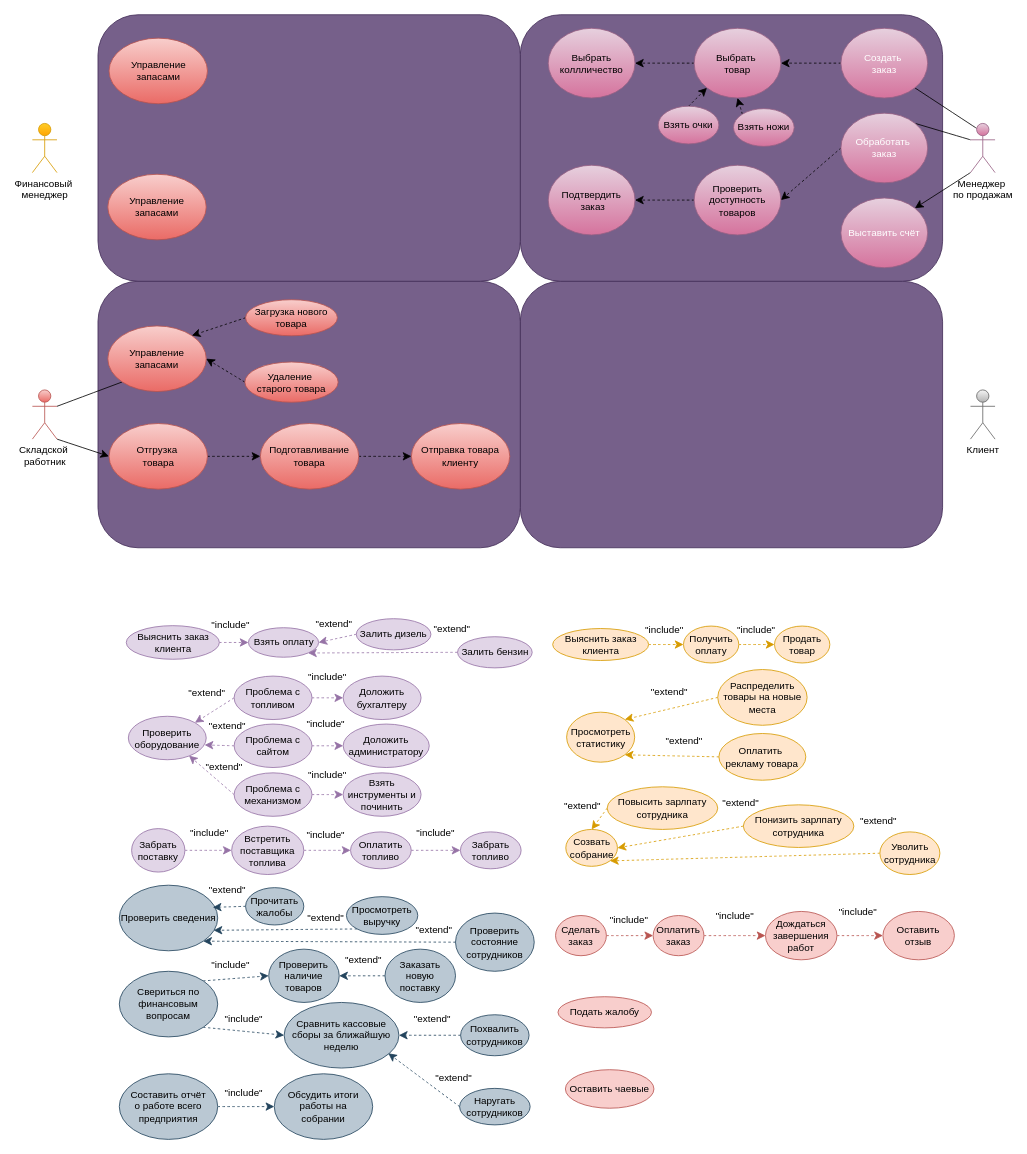
Earlier version of the draw.io diagram Pract2.drawio (Helpmepleaseitishard/Aikms). Source tidied: cells renumbered, new cells numbered last; positions are measured from the earlier drawing's top-left corner, leaving out a move shared by most shapes. Both pictures are drawn from the tidied source at 82%, with x=0, y=0 at pixel (32, 14).
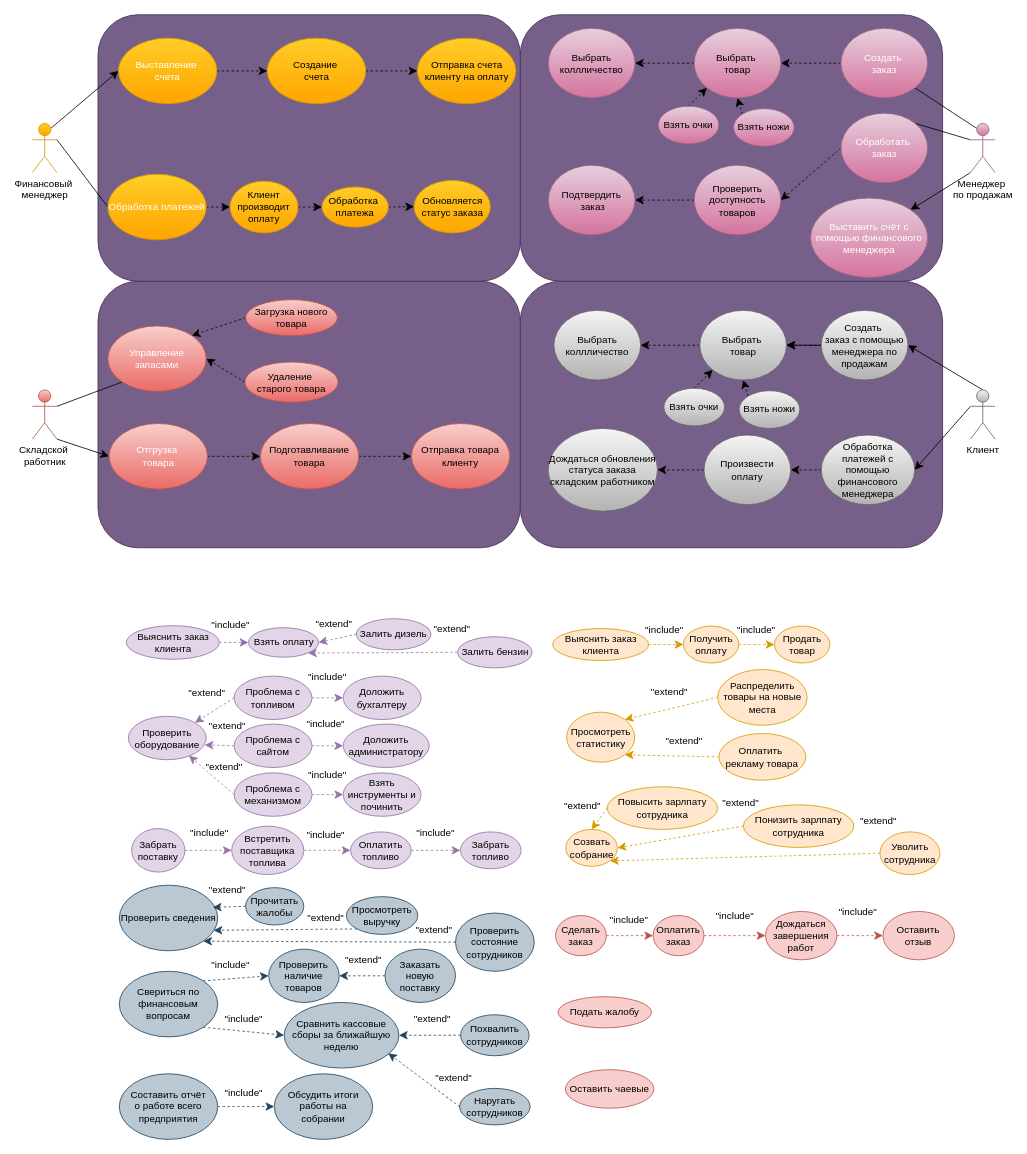
The same diagram, later.

Unchanged cells that the change refers to:
```xml
<mxCell id="6" value="&lt;div&gt;Финансовый&amp;nbsp;&lt;/div&gt;&lt;div&gt;менеджер&lt;/div&gt;" style="shape=umlActor;verticalLabelPosition=bottom;verticalAlign=top;html=1;outlineConnect=0;fillColor=#ffcd28;strokeColor=#d79b00;gradientColor=#ffa500;" parent="1" vertex="1">
  <mxGeometry y="133" width="30" height="60" as="geometry" />
</mxCell>
<mxCell id="14" value="Клиент" style="shape=umlActor;verticalLabelPosition=bottom;verticalAlign=top;html=1;outlineConnect=0;fillColor=#f5f5f5;strokeColor=#666666;gradientColor=#b3b3b3;" parent="1" vertex="1">
  <mxGeometry x="1144" y="458" width="30" height="60" as="geometry" />
</mxCell>
```

Change to the diagram source:
```diff
@@
+    <mxCell id="147" style="edgeStyle=none;curved=1;rounded=0;jettySize=auto;html=1;exitX=0.75;exitY=0.1;exitDx=0;exitDy=0;exitPerimeter=0;entryX=0;entryY=0.5;entryDx=0;entryDy=0;fontSize=12;startSize=8;endSize=8;" parent="1" edge="1" source="6" target="145">
+      <mxGeometry relative="1" as="geometry" />
+    </mxCell>
+    <mxCell id="148" style="edgeStyle=none;curved=1;rounded=0;jettySize=auto;html=1;exitX=1;exitY=0.3333333333333333;exitDx=0;exitDy=0;exitPerimeter=0;entryX=0;entryY=0.5;entryDx=0;entryDy=0;fontSize=12;startSize=8;endSize=8;endArrow=none;startFill=0;" parent="1" edge="1" source="6" target="146">
+      <mxGeometry relative="1" as="geometry" />
+    </mxCell>
@@
+    <mxCell id="149" style="edgeStyle=none;curved=1;rounded=0;jettySize=auto;html=1;exitX=0.5;exitY=0;exitDx=0;exitDy=0;exitPerimeter=0;entryX=1;entryY=0.5;entryDx=0;entryDy=0;fontSize=12;startSize=8;endSize=8;" parent="1" edge="1" source="14" target="163">
+      <mxGeometry relative="1" as="geometry" />
+    </mxCell>
+    <mxCell id="150" style="edgeStyle=none;curved=1;rounded=0;jettySize=auto;html=1;exitX=0;exitY=0.3333333333333333;exitDx=0;exitDy=0;exitPerimeter=0;entryX=1;entryY=0.5;entryDx=0;entryDy=0;fontSize=12;startSize=8;endSize=8;" parent="1" edge="1" source="14" target="165">
+      <mxGeometry relative="1" as="geometry" />
+    </mxCell>
@@
-    <mxCell id="124" value="&lt;span style=&quot;color: rgb(255, 255, 255);&quot;&gt;Выставить счёт&lt;/span&gt;" style="ellipse;whiteSpace=wrap;html=1;fillColor=#e6d0de;strokeColor=#996185;gradientColor=#d5739d;" parent="1" vertex="1">
-      <mxGeometry x="986" y="224" width="105.8" height="85" as="geometry" />
+    <mxCell id="124" value="&lt;div&gt;Выставить счёт с помощью финансового менеджера&lt;/div&gt;" style="ellipse;whiteSpace=wrap;html=1;fillColor=#e6d0de;strokeColor=#996185;gradientColor=#d5739d;fontColor=#FFFFFF;" parent="1" vertex="1">
+      <mxGeometry x="949" y="224" width="142.8" height="97" as="geometry" />
     </mxCell>
@@
-    <mxCell id="135" value="Управление запасами" style="ellipse;whiteSpace=wrap;html=1;fillColor=#f8cecc;gradientColor=#ea6b66;strokeColor=#b85450;" parent="1" vertex="1">
+    <mxCell id="135" value="&lt;span style=&quot;color: rgb(255, 255, 255);&quot;&gt;Управление запасами&lt;/span&gt;" style="ellipse;whiteSpace=wrap;html=1;fillColor=#f8cecc;gradientColor=#ea6b66;strokeColor=#b85450;" parent="1" vertex="1">
       <mxGeometry x="92" y="380" width="120" height="80" as="geometry" />
     </mxCell>
@@
-    <mxCell id="137" value="&lt;div&gt;Отгрузка&amp;nbsp;&lt;/div&gt;&lt;div&gt;товара&lt;/div&gt;" style="ellipse;whiteSpace=wrap;html=1;fillColor=#f8cecc;gradientColor=#ea6b66;strokeColor=#b85450;" parent="1" vertex="1">
+    <mxCell id="137" value="&lt;div&gt;&lt;span style=&quot;color: rgb(255, 255, 255);&quot;&gt;Отгрузка&amp;nbsp;&lt;/span&gt;&lt;/div&gt;&lt;div&gt;&lt;span style=&quot;color: rgb(255, 255, 255);&quot;&gt;товара&lt;/span&gt;&lt;/div&gt;" style="ellipse;whiteSpace=wrap;html=1;fillColor=#f8cecc;gradientColor=#ea6b66;strokeColor=#b85450;" parent="1" vertex="1">
       <mxGeometry x="93.5" y="499" width="120" height="80" as="geometry" />
     </mxCell>
@@
+    <mxCell id="151" style="edgeStyle=none;curved=1;rounded=0;jettySize=auto;html=1;exitX=1;exitY=0.5;exitDx=0;exitDy=0;entryX=0;entryY=0.5;entryDx=0;entryDy=0;fontSize=12;startSize=8;endSize=8;dashed=1;" parent="1" edge="1" source="145" target="154">
+      <mxGeometry relative="1" as="geometry" />
+    </mxCell>
-    <mxCell id="145" value="Управление запасами" style="ellipse;whiteSpace=wrap;html=1;fillColor=#f8cecc;gradientColor=#ea6b66;strokeColor=#b85450;" parent="1" vertex="1">
-      <mxGeometry x="93.5" y="29" width="120" height="80" as="geometry" />
+    <mxCell id="145" value="&lt;div&gt;&lt;span style=&quot;color: rgb(255, 255, 255);&quot;&gt;Выставление&amp;nbsp;&lt;/span&gt;&lt;/div&gt;&lt;div&gt;&lt;span style=&quot;color: rgb(255, 255, 255);&quot;&gt;счета&lt;/span&gt;&lt;/div&gt;" style="ellipse;whiteSpace=wrap;html=1;fillColor=#ffcd28;gradientColor=#ffa500;strokeColor=#d79b00;" parent="1" vertex="1">
+      <mxGeometry x="105" y="29" width="120" height="80" as="geometry" />
     </mxCell>
+    <mxCell id="152" style="edgeStyle=none;curved=1;rounded=0;jettySize=auto;html=1;exitX=1;exitY=0.5;exitDx=0;exitDy=0;entryX=0;entryY=0.5;entryDx=0;entryDy=0;fontSize=12;startSize=8;endSize=8;dashed=1;" parent="1" edge="1" source="146" target="157">
+      <mxGeometry relative="1" as="geometry" />
+    </mxCell>
-    <mxCell id="146" value="Управление запасами" style="ellipse;whiteSpace=wrap;html=1;fillColor=#f8cecc;gradientColor=#ea6b66;strokeColor=#b85450;" parent="1" vertex="1">
+    <mxCell id="146" value="&lt;span style=&quot;color: rgb(255, 255, 255);&quot;&gt;Обработка платежей&lt;/span&gt;" style="ellipse;whiteSpace=wrap;html=1;fillColor=#ffcd28;gradientColor=#ffa500;strokeColor=#d79b00;" parent="1" vertex="1">
       <mxGeometry x="92" y="195" width="120" height="80" as="geometry" />
     </mxCell>
+    <mxCell id="153" style="edgeStyle=none;curved=1;rounded=0;jettySize=auto;html=1;exitX=1;exitY=0.5;exitDx=0;exitDy=0;entryX=0;entryY=0.5;entryDx=0;entryDy=0;fontSize=12;startSize=8;endSize=8;dashed=1;" parent="1" edge="1" source="154" target="155">
+      <mxGeometry relative="1" as="geometry" />
+    </mxCell>
+    <mxCell id="154" value="&lt;div&gt;Создание&amp;nbsp;&lt;/div&gt;&lt;div&gt;счета&lt;/div&gt;" style="ellipse;whiteSpace=wrap;html=1;fillColor=#ffcd28;gradientColor=#ffa500;strokeColor=#d79b00;" parent="1" vertex="1">
+      <mxGeometry x="286.5" y="29" width="120" height="80" as="geometry" />
+    </mxCell>
+    <mxCell id="155" value="Отправка счета клиенту на оплату" style="ellipse;whiteSpace=wrap;html=1;fillColor=#ffcd28;gradientColor=#ffa500;strokeColor=#d79b00;" parent="1" vertex="1">
+      <mxGeometry x="469.5" y="29" width="120" height="80" as="geometry" />
+    </mxCell>
+    <mxCell id="156" style="edgeStyle=none;curved=1;rounded=0;jettySize=auto;html=1;exitX=1;exitY=0.5;exitDx=0;exitDy=0;entryX=0;entryY=0.5;entryDx=0;entryDy=0;fontSize=12;startSize=8;endSize=8;dashed=1;" parent="1" edge="1" source="157" target="159">
+      <mxGeometry relative="1" as="geometry" />
+    </mxCell>
+    <mxCell id="157" value="Клиент производит оплату" style="ellipse;whiteSpace=wrap;html=1;fillColor=#ffcd28;gradientColor=#ffa500;strokeColor=#d79b00;" parent="1" vertex="1">
+      <mxGeometry x="241" y="203.5" width="83" height="63" as="geometry" />
+    </mxCell>
+    <mxCell id="158" style="edgeStyle=none;curved=1;rounded=0;jettySize=auto;html=1;exitX=1;exitY=0.5;exitDx=0;exitDy=0;entryX=0;entryY=0.5;entryDx=0;entryDy=0;fontSize=12;startSize=8;endSize=8;dashed=1;" parent="1" edge="1" source="159" target="160">
+      <mxGeometry relative="1" as="geometry" />
+    </mxCell>
+    <mxCell id="159" value="&lt;div&gt;Обработка&amp;nbsp;&lt;/div&gt;&lt;div&gt;платежа&lt;/div&gt;" style="ellipse;whiteSpace=wrap;html=1;fillColor=#ffcd28;gradientColor=#ffa500;strokeColor=#d79b00;" parent="1" vertex="1">
+      <mxGeometry x="353.2" y="210.5" width="81" height="49" as="geometry" />
+    </mxCell>
+    <mxCell id="160" value="Обновляется статус заказа" style="ellipse;whiteSpace=wrap;html=1;fillColor=#ffcd28;gradientColor=#ffa500;strokeColor=#d79b00;" parent="1" vertex="1">
+      <mxGeometry x="465.5" y="202.5" width="93" height="64" as="geometry" />
+    </mxCell>
+    <mxCell id="161" style="edgeStyle=none;curved=1;rounded=0;jettySize=auto;html=1;exitX=0;exitY=0.5;exitDx=0;exitDy=0;entryX=1;entryY=0.5;entryDx=0;entryDy=0;fontSize=12;startSize=8;endSize=8;" parent="1" edge="1" source="163" target="170">
+      <mxGeometry relative="1" as="geometry" />
+    </mxCell>
+    <mxCell id="162" style="edgeStyle=none;curved=1;rounded=0;jettySize=auto;html=1;fontSize=12;startSize=8;endSize=8;dashed=1;" parent="1" edge="1" source="163" target="170">
+      <mxGeometry relative="1" as="geometry" />
+    </mxCell>
+    <mxCell id="163" value="&lt;div&gt;&lt;span style=&quot;color: rgb(0, 0, 0);&quot;&gt;Создать&amp;nbsp;&lt;/span&gt;&lt;/div&gt;&lt;div&gt;&lt;span style=&quot;color: rgb(0, 0, 0);&quot;&gt;заказ с помощью менеджера по продажам&lt;br&gt;&lt;/span&gt;&lt;/div&gt;" style="ellipse;whiteSpace=wrap;html=1;fillColor=#f5f5f5;strokeColor=#666666;gradientColor=#b3b3b3;" parent="1" vertex="1">
+      <mxGeometry x="962" y="361" width="105.8" height="85" as="geometry" />
+    </mxCell>
+    <mxCell id="164" style="edgeStyle=none;curved=1;rounded=0;jettySize=auto;html=1;exitX=0;exitY=0.5;exitDx=0;exitDy=0;entryX=1;entryY=0.5;entryDx=0;entryDy=0;fontSize=12;startSize=8;endSize=8;dashed=1;" parent="1" edge="1" source="165" target="167">
+      <mxGeometry relative="1" as="geometry" />
+    </mxCell>
+    <mxCell id="165" value="Обработка платежей &lt;span style=&quot;color: rgb(0, 0, 0);&quot;&gt;с помощью финансового менеджера&lt;br&gt;&lt;/span&gt;" style="ellipse;whiteSpace=wrap;html=1;fillColor=#f5f5f5;strokeColor=#666666;gradientColor=#b3b3b3;" parent="1" vertex="1">
+      <mxGeometry x="962" y="513" width="114" height="85" as="geometry" />
+    </mxCell>
+    <mxCell id="166" style="edgeStyle=none;curved=1;rounded=0;jettySize=auto;html=1;exitX=0;exitY=0.5;exitDx=0;exitDy=0;entryX=1;entryY=0.5;entryDx=0;entryDy=0;fontSize=12;startSize=8;endSize=8;dashed=1;" parent="1" edge="1" source="167" target="168">
+      <mxGeometry relative="1" as="geometry" />
+    </mxCell>
+    <mxCell id="167" value="Произвести оплату" style="ellipse;whiteSpace=wrap;html=1;fillColor=#f5f5f5;strokeColor=#666666;gradientColor=#b3b3b3;" parent="1" vertex="1">
+      <mxGeometry x="819" y="513" width="105.8" height="85" as="geometry" />
+    </mxCell>
+    <mxCell id="168" value="&lt;div&gt;Дождаться обновления статуса заказа&lt;/div&gt;&lt;div&gt;складским работником&lt;br&gt;&lt;/div&gt;" style="ellipse;whiteSpace=wrap;html=1;fillColor=#f5f5f5;strokeColor=#666666;gradientColor=#b3b3b3;" parent="1" vertex="1">
+      <mxGeometry x="629.1" y="505" width="133.2" height="101" as="geometry" />
+    </mxCell>
+    <mxCell id="169" style="edgeStyle=none;curved=1;rounded=0;jettySize=auto;html=1;exitX=0;exitY=0.5;exitDx=0;exitDy=0;entryX=1;entryY=0.5;entryDx=0;entryDy=0;fontSize=12;startSize=8;endSize=8;dashed=1;fillColor=#f5f5f5;gradientColor=#b3b3b3;strokeColor=#000000;" parent="1" edge="1" source="170" target="171">
+      <mxGeometry relative="1" as="geometry" />
+    </mxCell>
+    <mxCell id="170" value="&lt;div&gt;Выбрать&amp;nbsp;&lt;/div&gt;&lt;div&gt;товар&lt;/div&gt;" style="ellipse;whiteSpace=wrap;html=1;fillColor=#f5f5f5;strokeColor=#666666;gradientColor=#b3b3b3;" parent="1" vertex="1">
+      <mxGeometry x="813.9" y="361" width="105.8" height="85" as="geometry" />
+    </mxCell>
+    <mxCell id="171" value="Выбрать коллличество" style="ellipse;whiteSpace=wrap;html=1;fillColor=#f5f5f5;strokeColor=#666666;gradientColor=#b3b3b3;" parent="1" vertex="1">
+      <mxGeometry x="636" y="361" width="105.8" height="85" as="geometry" />
+    </mxCell>
+    <mxCell id="172" style="edgeStyle=none;curved=1;rounded=0;jettySize=auto;html=1;exitX=0.5;exitY=0;exitDx=0;exitDy=0;entryX=0;entryY=1;entryDx=0;entryDy=0;fontSize=12;startSize=8;endSize=8;dashed=1;fillColor=#f5f5f5;gradientColor=#b3b3b3;strokeColor=#000000;" parent="1" edge="1" source="173" target="170">
+      <mxGeometry relative="1" as="geometry" />
+    </mxCell>
+    <mxCell id="173" value="Взять очки" style="ellipse;whiteSpace=wrap;html=1;fillColor=#f5f5f5;strokeColor=#666666;gradientColor=#b3b3b3;" parent="1" vertex="1">
+      <mxGeometry x="770.1" y="456" width="74" height="46" as="geometry" />
+    </mxCell>
+    <mxCell id="174" style="edgeStyle=none;curved=1;rounded=0;jettySize=auto;html=1;exitX=0;exitY=0;exitDx=0;exitDy=0;entryX=0.5;entryY=1;entryDx=0;entryDy=0;fontSize=12;startSize=8;endSize=8;dashed=1;fillColor=#f5f5f5;gradientColor=#b3b3b3;strokeColor=#000000;" parent="1" edge="1" source="175" target="170">
+      <mxGeometry relative="1" as="geometry" />
+    </mxCell>
+    <mxCell id="175" value="Взять ножи" style="ellipse;whiteSpace=wrap;html=1;fillColor=#f5f5f5;strokeColor=#666666;gradientColor=#b3b3b3;" parent="1" vertex="1">
+      <mxGeometry x="861.9" y="459" width="74" height="46" as="geometry" />
+    </mxCell>
```
